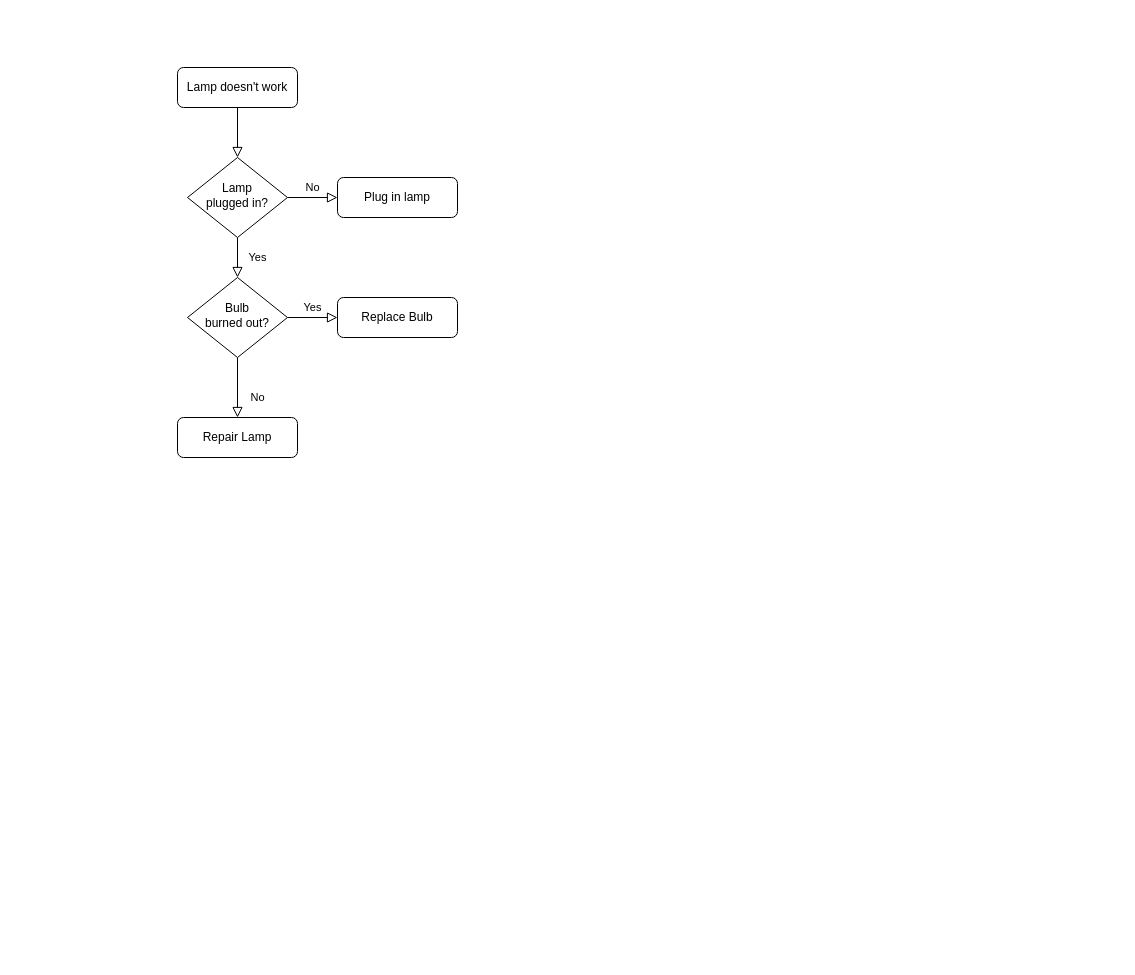
This is sources&doc.drawio from vincapozzoli/draw_diagrams, a draw.io file, before an edit. Source tidied: cells renumbered, new cells numbered last; positions are measured from the earlier drawing's top-left corner, leaving out a move shared by most shapes. Both pictures are drawn from the tidied source at 100%, with x=0, y=0 at pixel (177, 67).
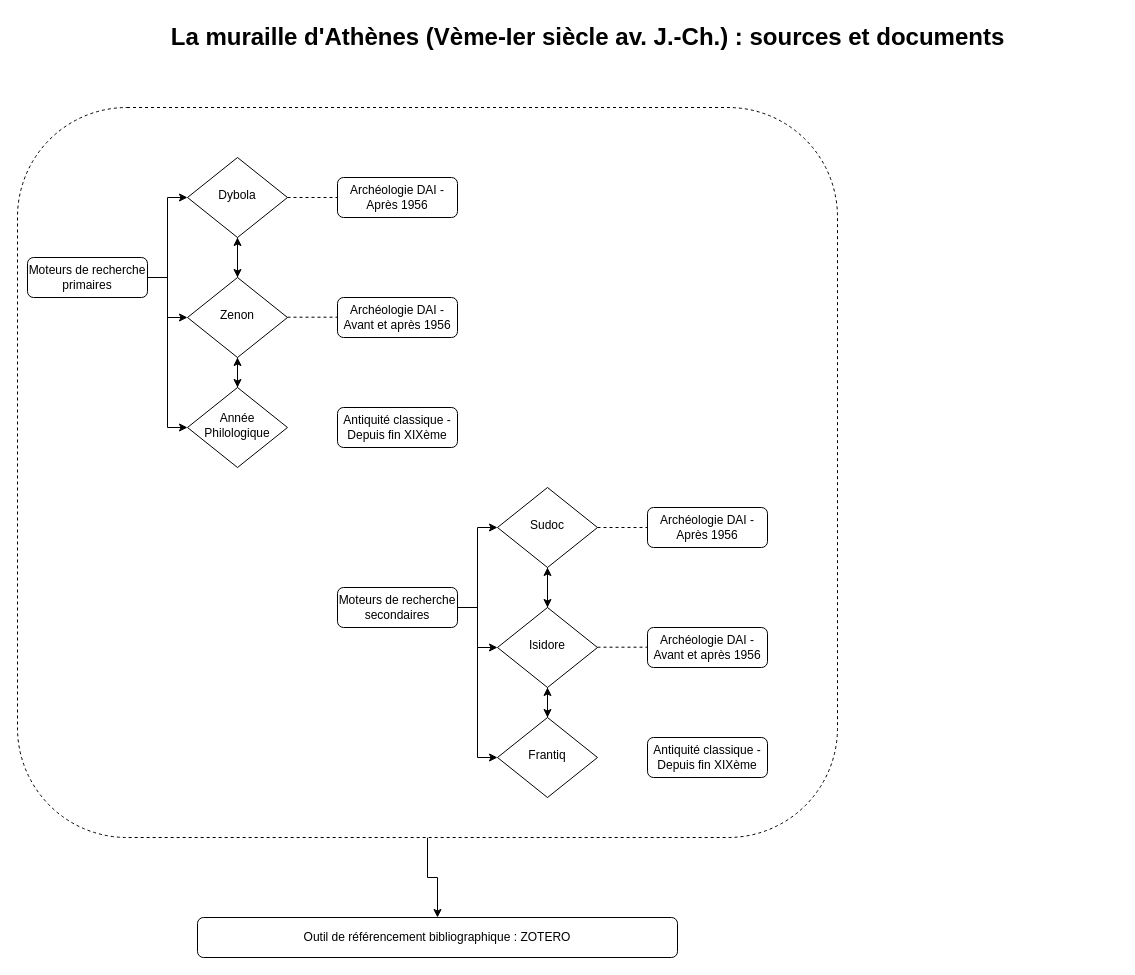
After the change.

Commit message (it also covers changes not shown here):
Mettre à jour sources&doc.drawio

What changed in the source:
```diff
@@
+    <mxCell id="13" style="edgeStyle=orthogonalEdgeStyle;rounded=0;jettySize=auto;html=1;" parent="1" edge="1" source="14" target="41">
+      <mxGeometry relative="1" as="geometry" />
+    </mxCell>
+    <mxCell id="14" style="rounded=1;whiteSpace=wrap;html=1;dashed=1;" parent="1" vertex="1">
+      <mxGeometry x="-160" y="40" width="820" height="730" as="geometry" />
+    </mxCell>
+    <mxCell id="15" style="edgeStyle=orthogonalEdgeStyle;rounded=0;jettySize=auto;html=1;exitX=1;exitY=0.5;exitDx=0;exitDy=0;" parent="1" edge="1" source="3" target="10">
+      <mxGeometry relative="1" as="geometry" />
+    </mxCell>
-    <mxCell id="2" style="rounded=0;html=1;jettySize=auto;fontSize=11;endArrow=block;endFill=0;endSize=8;strokeWidth=1;shadow=0;labelBackgroundColor=none;edgeStyle=orthogonalEdgeStyle;" parent="1" edge="1" source="3" target="6">
+    <mxCell id="2" style="edgeStyle=orthogonalEdgeStyle;rounded=0;jettySize=auto;html=1;exitX=1;exitY=0.5;exitDx=0;exitDy=0;entryX=0;entryY=0.5;entryDx=0;entryDy=0;" parent="1" edge="1" source="3" target="6">
       <mxGeometry relative="1" as="geometry" />
     </mxCell>
+    <mxCell id="16" style="edgeStyle=orthogonalEdgeStyle;rounded=0;jettySize=auto;html=1;exitX=1;exitY=0.5;exitDx=0;exitDy=0;entryX=0;entryY=0.5;entryDx=0;entryDy=0;" parent="1" edge="1" source="3" target="21">
+      <mxGeometry relative="1" as="geometry" />
+    </mxCell>
-    <mxCell id="3" value="Lamp doesn't work" style="rounded=1;whiteSpace=wrap;html=1;fontSize=12;glass=0;strokeWidth=1;shadow=0;" parent="1" vertex="1">
-      <mxGeometry width="120" height="40" as="geometry" />
+    <mxCell id="3" value="Moteurs de recherche primaires" style="rounded=1;whiteSpace=wrap;html=1;fontSize=12;glass=0;strokeWidth=1;shadow=0;" parent="1" vertex="1">
+      <mxGeometry x="-150" y="190" width="120" height="40" as="geometry" />
     </mxCell>
-    <mxCell id="4" value="Yes" style="rounded=0;html=1;jettySize=auto;fontSize=11;endArrow=block;endFill=0;endSize=8;strokeWidth=1;shadow=0;labelBackgroundColor=none;edgeStyle=orthogonalEdgeStyle;" parent="1" edge="1" source="6" target="10">
-      <mxGeometry y="20" relative="1" as="geometry" />
+    <mxCell id="4" style="edgeStyle=orthogonalEdgeStyle;rounded=0;jettySize=auto;html=1;exitX=0.5;exitY=1;exitDx=0;exitDy=0;" parent="1" edge="1" source="6" target="10">
+      <mxGeometry relative="1" as="geometry" />
     </mxCell>
-    <mxCell id="5" value="No" style="edgeStyle=orthogonalEdgeStyle;rounded=0;html=1;jettySize=auto;fontSize=11;endArrow=block;endFill=0;endSize=8;strokeWidth=1;shadow=0;labelBackgroundColor=none;" parent="1" edge="1" source="6" target="7">
-      <mxGeometry y="10" relative="1" as="geometry" />
-    </mxCell>
-    <mxCell id="6" value="Lamp&lt;br&gt;plugged in?" style="rhombus;whiteSpace=wrap;html=1;shadow=0;fontFamily=Helvetica;fontSize=12;align=center;strokeWidth=1;spacing=6;spacingTop=-4;" parent="1" vertex="1">
+    <mxCell id="6" value="Dybola" style="rhombus;whiteSpace=wrap;html=1;shadow=0;fontFamily=Helvetica;fontSize=12;align=center;strokeWidth=1;spacing=6;spacingTop=-4;" parent="1" vertex="1">
       <mxGeometry x="10" y="90" width="100" height="80" as="geometry" />
     </mxCell>
-    <mxCell id="7" value="Plug in lamp" style="rounded=1;whiteSpace=wrap;html=1;fontSize=12;glass=0;strokeWidth=1;shadow=0;" parent="1" vertex="1">
+    <mxCell id="7" value="Archéologie DAI -Après 1956" style="rounded=1;whiteSpace=wrap;html=1;fontSize=12;glass=0;strokeWidth=1;shadow=0;" parent="1" vertex="1">
       <mxGeometry x="160" y="110" width="120" height="40" as="geometry" />
     </mxCell>
-    <mxCell id="8" value="No" style="rounded=0;html=1;jettySize=auto;fontSize=11;endArrow=block;endFill=0;endSize=8;strokeWidth=1;shadow=0;labelBackgroundColor=none;edgeStyle=orthogonalEdgeStyle;" parent="1" edge="1" source="10" target="11">
-      <mxGeometry x="0.33" y="20" relative="1" as="geometry" />
-    </mxCell>
-    <mxCell id="9" value="Yes" style="edgeStyle=orthogonalEdgeStyle;rounded=0;html=1;jettySize=auto;fontSize=11;endArrow=block;endFill=0;endSize=8;strokeWidth=1;shadow=0;labelBackgroundColor=none;" parent="1" edge="1" source="10" target="12">
-      <mxGeometry y="10" relative="1" as="geometry" />
-    </mxCell>
+    <mxCell id="17" style="edgeStyle=orthogonalEdgeStyle;rounded=0;jettySize=auto;html=1;" parent="1" edge="1" source="10" target="21">
+      <mxGeometry relative="1" as="geometry" />
+    </mxCell>
+    <mxCell id="18" style="edgeStyle=orthogonalEdgeStyle;rounded=0;jettySize=auto;html=1;exitX=0.5;exitY=0;exitDx=0;exitDy=0;entryX=0.5;entryY=1;entryDx=0;entryDy=0;" parent="1" edge="1" source="10" target="6">
+      <mxGeometry relative="1" as="geometry" />
+    </mxCell>
-    <mxCell id="10" value="Bulb&lt;br&gt;burned out?" style="rhombus;whiteSpace=wrap;html=1;shadow=0;fontFamily=Helvetica;fontSize=12;align=center;strokeWidth=1;spacing=6;spacingTop=-4;" parent="1" vertex="1">
+    <mxCell id="10" value="Zenon" style="rhombus;whiteSpace=wrap;html=1;shadow=0;fontFamily=Helvetica;fontSize=12;align=center;strokeWidth=1;spacing=6;spacingTop=-4;" parent="1" vertex="1">
       <mxGeometry x="10" y="210" width="100" height="80" as="geometry" />
     </mxCell>
-    <mxCell id="11" value="Repair Lamp" style="rounded=1;whiteSpace=wrap;html=1;fontSize=12;glass=0;strokeWidth=1;shadow=0;" parent="1" vertex="1">
-      <mxGeometry y="350" width="120" height="40" as="geometry" />
-    </mxCell>
-    <mxCell id="12" value="Replace Bulb" style="rounded=1;whiteSpace=wrap;html=1;fontSize=12;glass=0;strokeWidth=1;shadow=0;" parent="1" vertex="1">
+    <mxCell id="12" value="Archéologie DAI -Avant et après 1956" style="rounded=1;whiteSpace=wrap;html=1;fontSize=12;glass=0;strokeWidth=1;shadow=0;" parent="1" vertex="1">
       <mxGeometry x="160" y="230" width="120" height="40" as="geometry" />
     </mxCell>
+    <mxCell id="19" value="La muraille d'Athènes (Vème-Ier siècle av. J.-Ch.) : sources et documents" style="text;strokeColor=none;fillColor=none;html=1;fontSize=24;fontStyle=1;verticalAlign=middle;align=center;" parent="1" vertex="1">
+      <mxGeometry x="-120" y="-50" width="1060" height="40" as="geometry" />
+    </mxCell>
+    <mxCell id="20" style="edgeStyle=orthogonalEdgeStyle;rounded=0;jettySize=auto;html=1;entryX=0.5;entryY=1;entryDx=0;entryDy=0;" parent="1" edge="1" source="21" target="10">
+      <mxGeometry relative="1" as="geometry" />
+    </mxCell>
+    <mxCell id="21" value="Année Philologique" style="rhombus;whiteSpace=wrap;html=1;shadow=0;fontFamily=Helvetica;fontSize=12;align=center;strokeWidth=1;spacing=6;spacingTop=-4;" parent="1" vertex="1">
+      <mxGeometry x="10" y="320" width="100" height="80" as="geometry" />
+    </mxCell>
+    <mxCell id="5" style="endArrow=none;dashed=1;html=1;rounded=0;exitX=1;exitY=0.5;exitDx=0;exitDy=0;entryX=0;entryY=0.5;entryDx=0;entryDy=0;" parent="1" edge="1" source="6" target="7">
+      <mxGeometry relative="1" as="geometry" />
+    </mxCell>
+    <mxCell id="22" style="endArrow=none;dashed=1;html=1;rounded=0;exitX=1;exitY=0.5;exitDx=0;exitDy=0;entryX=0;entryY=0.5;entryDx=0;entryDy=0;" parent="1" edge="1">
+      <mxGeometry relative="1" as="geometry">
+        <mxPoint x="110" y="249.7" as="sourcePoint" />
+        <mxPoint x="160" y="249.7" as="targetPoint" />
+      </mxGeometry>
+    </mxCell>
+    <mxCell id="23" value="Antiquité classique - Depuis fin XIXème" style="rounded=1;whiteSpace=wrap;html=1;fontSize=12;glass=0;strokeWidth=1;shadow=0;" parent="1" vertex="1">
+      <mxGeometry x="160" y="340" width="120" height="40" as="geometry" />
+    </mxCell>
+    <mxCell id="24" style="edgeStyle=orthogonalEdgeStyle;rounded=0;jettySize=auto;html=1;exitX=1;exitY=0.5;exitDx=0;exitDy=0;" parent="1" edge="1" source="27" target="33">
+      <mxGeometry relative="1" as="geometry" />
+    </mxCell>
+    <mxCell id="25" style="edgeStyle=orthogonalEdgeStyle;rounded=0;jettySize=auto;html=1;exitX=1;exitY=0.5;exitDx=0;exitDy=0;entryX=0;entryY=0.5;entryDx=0;entryDy=0;" parent="1" edge="1" source="27" target="29">
+      <mxGeometry relative="1" as="geometry" />
+    </mxCell>
+    <mxCell id="26" style="edgeStyle=orthogonalEdgeStyle;rounded=0;jettySize=auto;html=1;exitX=1;exitY=0.5;exitDx=0;exitDy=0;entryX=0;entryY=0.5;entryDx=0;entryDy=0;" parent="1" edge="1" source="27" target="36">
+      <mxGeometry relative="1" as="geometry" />
+    </mxCell>
+    <mxCell id="27" value="Moteurs de recherche secondaires" style="rounded=1;whiteSpace=wrap;html=1;fontSize=12;glass=0;strokeWidth=1;shadow=0;" parent="1" vertex="1">
+      <mxGeometry x="160" y="520" width="120" height="40" as="geometry" />
+    </mxCell>
+    <mxCell id="28" style="edgeStyle=orthogonalEdgeStyle;rounded=0;jettySize=auto;html=1;exitX=0.5;exitY=1;exitDx=0;exitDy=0;" parent="1" edge="1" source="29" target="33">
+      <mxGeometry relative="1" as="geometry" />
+    </mxCell>
+    <mxCell id="29" value="Sudoc" style="rhombus;whiteSpace=wrap;html=1;shadow=0;fontFamily=Helvetica;fontSize=12;align=center;strokeWidth=1;spacing=6;spacingTop=-4;" parent="1" vertex="1">
+      <mxGeometry x="320" y="420" width="100" height="80" as="geometry" />
+    </mxCell>
+    <mxCell id="30" value="Archéologie DAI -Après 1956" style="rounded=1;whiteSpace=wrap;html=1;fontSize=12;glass=0;strokeWidth=1;shadow=0;" parent="1" vertex="1">
+      <mxGeometry x="470" y="440" width="120" height="40" as="geometry" />
+    </mxCell>
+    <mxCell id="31" style="edgeStyle=orthogonalEdgeStyle;rounded=0;jettySize=auto;html=1;" parent="1" edge="1" source="33" target="36">
+      <mxGeometry relative="1" as="geometry" />
+    </mxCell>
+    <mxCell id="32" style="edgeStyle=orthogonalEdgeStyle;rounded=0;jettySize=auto;html=1;exitX=0.5;exitY=0;exitDx=0;exitDy=0;entryX=0.5;entryY=1;entryDx=0;entryDy=0;" parent="1" edge="1" source="33" target="29">
+      <mxGeometry relative="1" as="geometry" />
+    </mxCell>
+    <mxCell id="33" value="Isidore" style="rhombus;whiteSpace=wrap;html=1;shadow=0;fontFamily=Helvetica;fontSize=12;align=center;strokeWidth=1;spacing=6;spacingTop=-4;" parent="1" vertex="1">
+      <mxGeometry x="320" y="540" width="100" height="80" as="geometry" />
+    </mxCell>
+    <mxCell id="34" value="Archéologie DAI -Avant et après 1956" style="rounded=1;whiteSpace=wrap;html=1;fontSize=12;glass=0;strokeWidth=1;shadow=0;" parent="1" vertex="1">
+      <mxGeometry x="470" y="560" width="120" height="40" as="geometry" />
+    </mxCell>
+    <mxCell id="35" style="edgeStyle=orthogonalEdgeStyle;rounded=0;jettySize=auto;html=1;entryX=0.5;entryY=1;entryDx=0;entryDy=0;" parent="1" edge="1" source="36" target="33">
+      <mxGeometry relative="1" as="geometry" />
+    </mxCell>
+    <mxCell id="36" value="Frantiq" style="rhombus;whiteSpace=wrap;html=1;shadow=0;fontFamily=Helvetica;fontSize=12;align=center;strokeWidth=1;spacing=6;spacingTop=-4;" parent="1" vertex="1">
+      <mxGeometry x="320" y="650" width="100" height="80" as="geometry" />
+    </mxCell>
+    <mxCell id="37" style="endArrow=none;dashed=1;html=1;rounded=0;exitX=1;exitY=0.5;exitDx=0;exitDy=0;entryX=0;entryY=0.5;entryDx=0;entryDy=0;" parent="1" edge="1" source="29" target="30">
+      <mxGeometry relative="1" as="geometry" />
+    </mxCell>
+    <mxCell id="38" style="endArrow=none;dashed=1;html=1;rounded=0;exitX=1;exitY=0.5;exitDx=0;exitDy=0;entryX=0;entryY=0.5;entryDx=0;entryDy=0;" parent="1" edge="1">
+      <mxGeometry relative="1" as="geometry">
+        <mxPoint x="420" y="579.7" as="sourcePoint" />
+        <mxPoint x="470" y="579.7" as="targetPoint" />
+      </mxGeometry>
+    </mxCell>
+    <mxCell id="39" value="Antiquité classique - Depuis fin XIXème" style="rounded=1;whiteSpace=wrap;html=1;fontSize=12;glass=0;strokeWidth=1;shadow=0;" parent="1" vertex="1">
+      <mxGeometry x="470" y="670" width="120" height="40" as="geometry" />
+    </mxCell>
+    <mxCell id="40" style="edgeStyle=orthogonalEdgeStyle;rounded=0;orthogonalLoop=1;jettySize=auto;html=1;exitX=0.5;exitY=1;exitDx=0;exitDy=0;" parent="1" edge="1" source="14" target="14">
+      <mxGeometry relative="1" as="geometry" />
+    </mxCell>
+    <mxCell id="41" value="Outil de référencement bibliographique : ZOTERO" style="rounded=1;whiteSpace=wrap;html=1;" parent="1" vertex="1">
+      <mxGeometry x="20" y="850" width="480" height="40" as="geometry" />
+    </mxCell>
```
